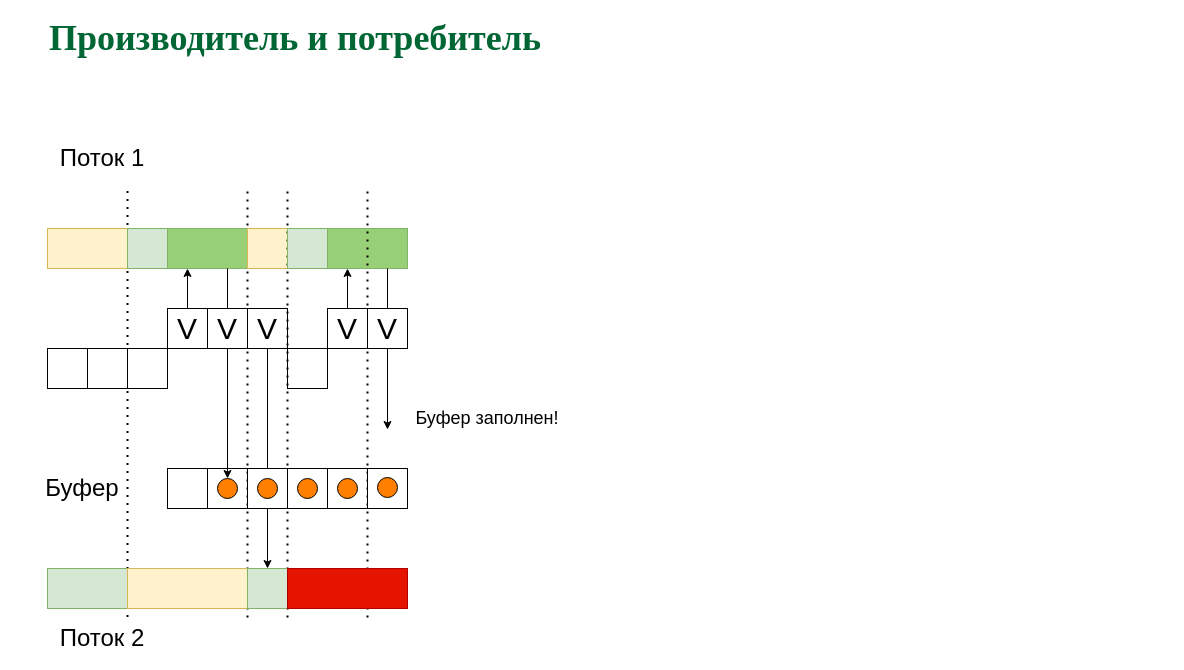
This is page "ProCon - Pro fails" (6 of 13) of slides/sync.drawio from 77maxikov/os_course, a draw.io file, before an edit. Source tidied: cells renumbered, new cells numbered last; positions are measured from the earlier drawing's top-left corner, leaving out a move shared by most shapes. Both pictures are drawn from the tidied source at 100%, with x=0, y=0 at pixel (17, 28).
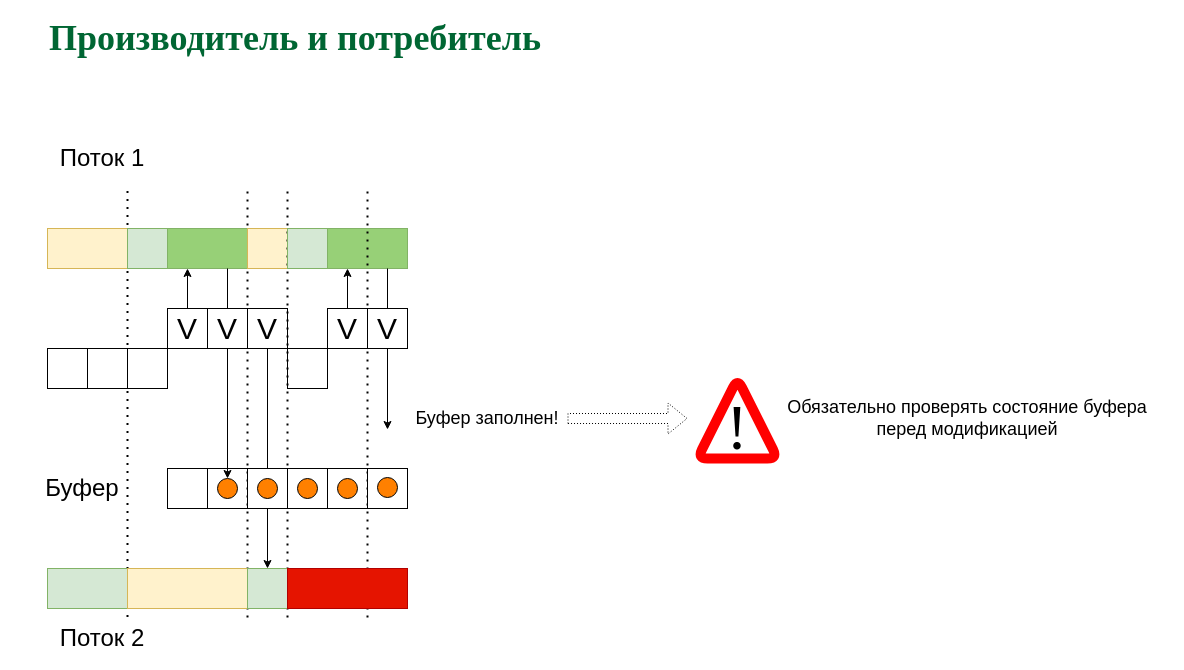
After the change.

Unchanged cells that the change refers to:
```xml
<mxCell id="53" value="&lt;font style=&quot;font-size: 18px&quot;&gt;Буфер заполнен!&lt;/font&gt;" style="text;html=1;strokeColor=none;fillColor=none;align=center;verticalAlign=middle;whiteSpace=wrap;rounded=0;" parent="1" vertex="1">
  <mxGeometry x="390" y="380" width="160" height="20" as="geometry" />
</mxCell>
```

Change to the diagram source:
```diff
@@
+    <mxCell id="55" style="shape=flexArrow;endArrow=classic;html=1;dashed=1;dashPattern=1 2;exitX=1;exitY=0.5;exitDx=0;exitDy=0;" parent="1" edge="1" source="53">
+      <mxGeometry relative="1" as="geometry">
+        <mxPoint x="670" y="390" as="targetPoint" />
+      </mxGeometry>
+    </mxCell>
+    <mxCell id="56" value="&lt;font style=&quot;font-size: 18px&quot;&gt;Обязательно проверять состояние буфера перед модификацией&lt;/font&gt;" style="text;html=1;strokeColor=none;fillColor=none;align=center;verticalAlign=middle;whiteSpace=wrap;rounded=0;" parent="1" vertex="1">
+      <mxGeometry x="750" y="380" width="400" height="20" as="geometry" />
+    </mxCell>
+    <mxCell id="57" style="group;" parent="1" vertex="1">
+      <mxGeometry x="680" y="350" width="80" height="80" as="geometry" />
+    </mxCell>
+    <mxCell id="58" style="endArrow=none;html=1;strokeWidth=10;strokeColor=#FF0000;jumpStyle=arc;" parent="57" edge="1">
+      <mxGeometry relative="1" as="geometry">
+        <mxPoint x="40" y="80" as="sourcePoint" />
+        <mxPoint x="40" y="80" as="targetPoint" />
+        <Array as="points">
+          <mxPoint y="80" />
+          <mxPoint x="40" />
+          <mxPoint x="80" y="80" />
+        </Array>
+      </mxGeometry>
+    </mxCell>
+    <mxCell id="59" value="&lt;font style=&quot;font-size: 63px&quot;&gt;!&lt;/font&gt;" style="text;html=1;strokeColor=none;fillColor=none;align=center;verticalAlign=middle;whiteSpace=wrap;rounded=0;fontFamily=Times New Roman;" parent="57" vertex="1">
+      <mxGeometry x="20" y="40" width="40" height="20" as="geometry" />
+    </mxCell>
```
